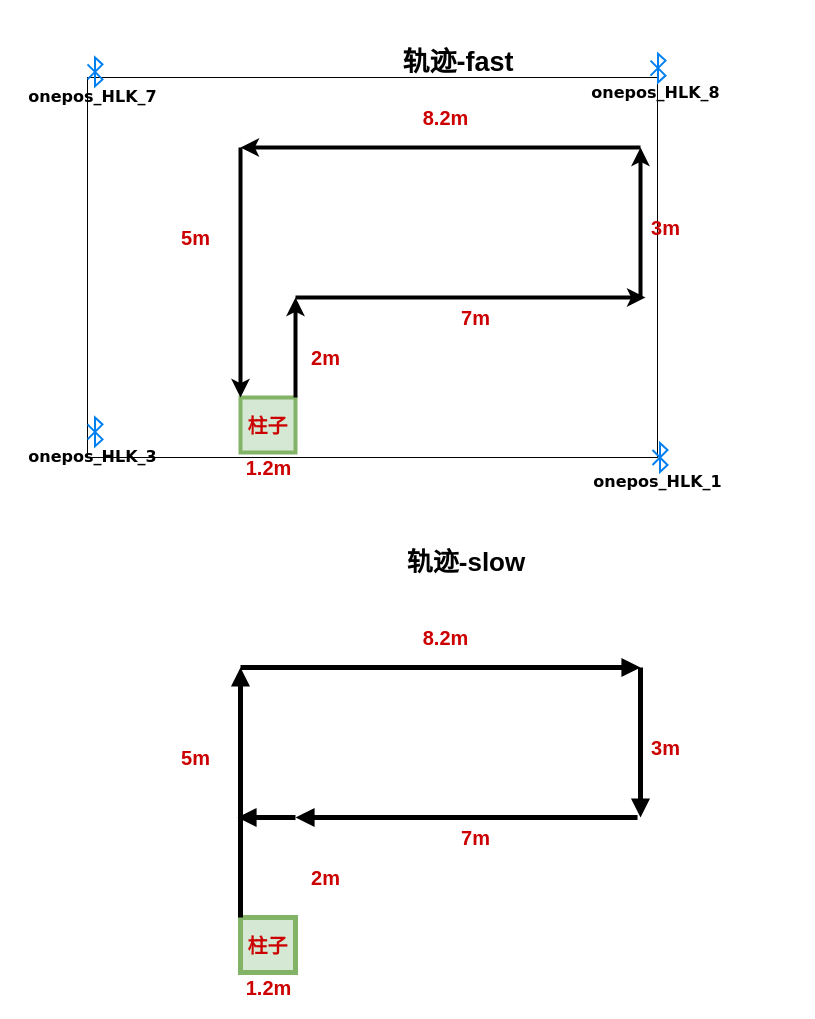
Joiner12/Position keeps this draw.io diagram as page "第 1 页" (1 of 3) of TotalStation/轨迹图.drawio. Above is the earlier version. Source tidied: cells renumbered, new cells numbered last; positions are measured from the earlier drawing's top-left corner, leaving out a move shared by most shapes. Both pictures are drawn from the tidied source at 100%, with x=0, y=0 at pixel (17, 27).
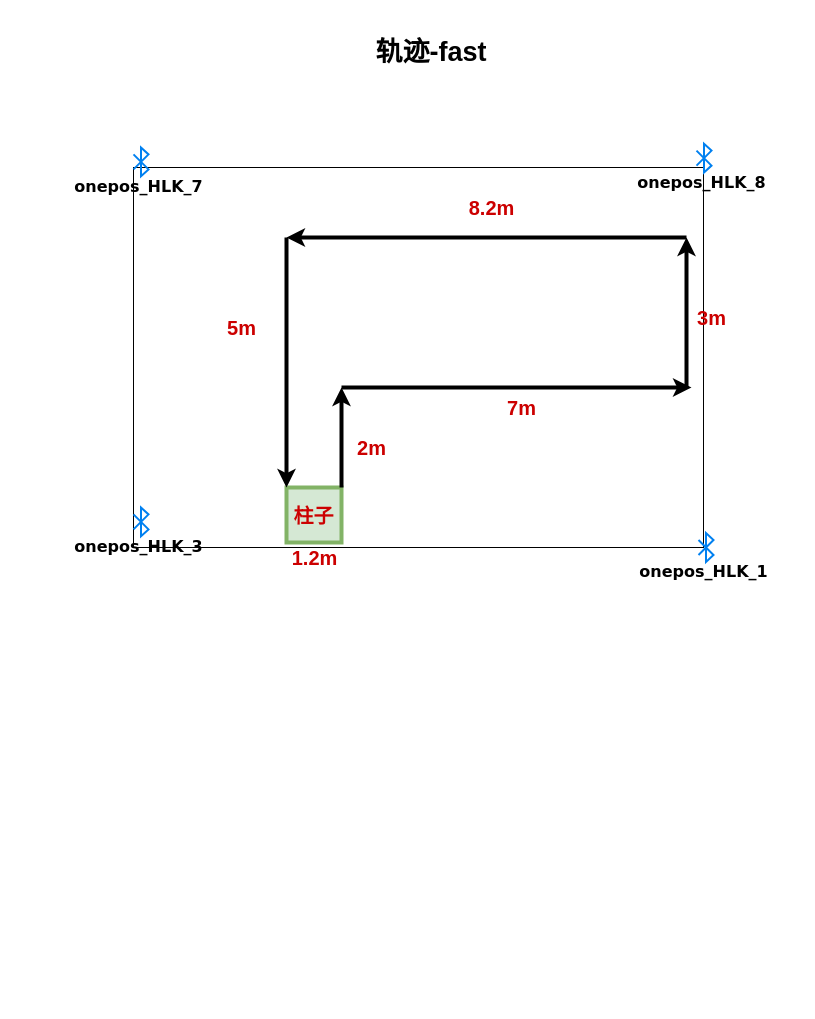
The same diagram, later.

What changed in the source:
```diff
@@
+    <mxCell id="29" value="轨迹-fast" style="text;html=1;strokeColor=none;fillColor=none;align=center;verticalAlign=middle;whiteSpace=wrap;rounded=0;fontSize=27;fontStyle=1;" parent="1" vertex="1">
+      <mxGeometry x="343" y="-10" width="142" height="70" as="geometry" />
+    </mxCell>
+    <mxCell id="46" style="group;" parent="1" vertex="1">
+      <mxGeometry x="46" y="90" width="735" height="464.4" as="geometry" />
+    </mxCell>
-    <mxCell id="2" style="rounded=0;whiteSpace=wrap;html=1;" parent="1" vertex="1">
+    <mxCell id="2" style="rounded=0;whiteSpace=wrap;html=1;" parent="46" vertex="1">
       <mxGeometry x="70" y="50" width="570" height="380" as="geometry" />
     </mxCell>
-    <mxCell id="3" value="柱子" style="whiteSpace=wrap;html=1;fillColor=#d5e8d4;strokeColor=#82b366;fontSize=20;fontStyle=1;fontColor=#CC0000;strokeWidth=5;" parent="1" vertex="1">
-      <mxGeometry x="223" y="890" width="55" height="55" as="geometry" />
-    </mxCell>
-    <mxCell id="4" style="endArrow=none;html=1;startArrow=block;startFill=1;endFill=0;fontSize=20;fontStyle=1;fontColor=#CC0000;strokeWidth=5;" parent="1" edge="1">
-      <mxGeometry relative="1" as="geometry">
-        <mxPoint x="220" y="790" as="sourcePoint" />
-        <mxPoint x="278" y="790" as="targetPoint" />
-      </mxGeometry>
-    </mxCell>
-    <mxCell id="5" style="endArrow=none;html=1;startArrow=block;startFill=1;endFill=0;fontSize=20;fontStyle=1;fontColor=#CC0000;strokeWidth=5;" parent="1" edge="1">
-      <mxGeometry relative="1" as="geometry">
-        <mxPoint x="278" y="790" as="sourcePoint" />
-        <mxPoint x="620" y="790" as="targetPoint" />
-      </mxGeometry>
-    </mxCell>
-    <mxCell id="6" style="endArrow=none;html=1;startArrow=block;startFill=1;endFill=0;fontSize=20;fontStyle=1;fontColor=#CC0000;strokeWidth=5;" parent="1" edge="1">
-      <mxGeometry relative="1" as="geometry">
-        <mxPoint x="623" y="790" as="sourcePoint" />
-        <mxPoint x="623" y="640" as="targetPoint" />
-      </mxGeometry>
-    </mxCell>
-    <mxCell id="7" style="endArrow=none;html=1;startArrow=block;startFill=1;endFill=0;fontSize=20;fontStyle=1;fontColor=#CC0000;strokeWidth=5;" parent="1" edge="1">
-      <mxGeometry relative="1" as="geometry">
-        <mxPoint x="623" y="640" as="sourcePoint" />
-        <mxPoint x="223" y="640" as="targetPoint" />
-      </mxGeometry>
-    </mxCell>
-    <mxCell id="8" style="endArrow=none;html=1;entryX=0;entryY=0;entryDx=0;entryDy=0;endFill=0;startArrow=block;startFill=1;fontSize=20;fontStyle=1;fontColor=#CC0000;strokeWidth=5;" parent="1" edge="1" target="3">
-      <mxGeometry relative="1" as="geometry">
-        <mxPoint x="223" y="640" as="sourcePoint" />
-      </mxGeometry>
-    </mxCell>
-    <mxCell id="9" value="2m" style="text;html=1;align=center;verticalAlign=middle;fontSize=20;fontStyle=1;fontColor=#CC0000;strokeWidth=5;" parent="1" vertex="1">
-      <mxGeometry x="288" y="835" width="40" height="30" as="geometry" />
-    </mxCell>
-    <mxCell id="10" value="7m" style="text;html=1;align=center;verticalAlign=middle;fontSize=20;fontStyle=1;fontColor=#CC0000;strokeWidth=5;" parent="1" vertex="1">
-      <mxGeometry x="438" y="795" width="40" height="30" as="geometry" />
-    </mxCell>
-    <mxCell id="11" value="3m" style="text;html=1;align=center;verticalAlign=middle;fontSize=20;fontStyle=1;fontColor=#CC0000;strokeWidth=5;" parent="1" vertex="1">
-      <mxGeometry x="628" y="705" width="40" height="30" as="geometry" />
-    </mxCell>
-    <mxCell id="12" value="8.2m" style="text;html=1;align=center;verticalAlign=middle;fontSize=20;fontStyle=1;fontColor=#CC0000;strokeWidth=5;" parent="1" vertex="1">
-      <mxGeometry x="398" y="595" width="60" height="30" as="geometry" />
-    </mxCell>
-    <mxCell id="13" value="1.2m" style="text;html=1;align=center;verticalAlign=middle;fontSize=20;fontStyle=1;fontColor=#CC0000;strokeWidth=5;" parent="1" vertex="1">
-      <mxGeometry x="220.5" y="945" width="60" height="30" as="geometry" />
-    </mxCell>
-    <mxCell id="14" value="5m" style="text;html=1;align=center;verticalAlign=middle;fontSize=20;fontStyle=1;fontColor=#CC0000;strokeWidth=5;" parent="1" vertex="1">
-      <mxGeometry x="158" y="715" width="40" height="30" as="geometry" />
-    </mxCell>
-    <mxCell id="15" value="轨迹-slow" style="text;html=1;strokeColor=none;fillColor=none;align=center;verticalAlign=middle;whiteSpace=wrap;rounded=0;fontSize=26;fontStyle=1;" parent="1" vertex="1">
-      <mxGeometry x="378" y="520" width="142" height="30" as="geometry" />
-    </mxCell>
-    <mxCell id="16" style="group;" parent="1" vertex="1">
+    <mxCell id="16" style="group;" parent="46" vertex="1">
       <mxGeometry x="158" width="577" height="464.4" as="geometry" />
     </mxCell>
@@
-    <mxCell id="29" value="轨迹-fast" style="text;html=1;strokeColor=none;fillColor=none;align=center;verticalAlign=middle;whiteSpace=wrap;rounded=0;fontSize=27;fontStyle=1;" parent="16" vertex="1">
-      <mxGeometry x="212" width="142" height="70" as="geometry" />
-    </mxCell>
@@
-    <mxCell id="38" style="group;" parent="1" vertex="1">
+    <mxCell id="38" style="group;" parent="46" vertex="1">
       <mxGeometry y="30" width="170" height="48.8" as="geometry" />
     </mxCell>
@@
-    <mxCell id="42" style="group;" parent="1" vertex="1">
+    <mxCell id="42" style="group;" parent="46" vertex="1">
       <mxGeometry y="390" width="170" height="48.8" as="geometry" />
     </mxCell>
```
